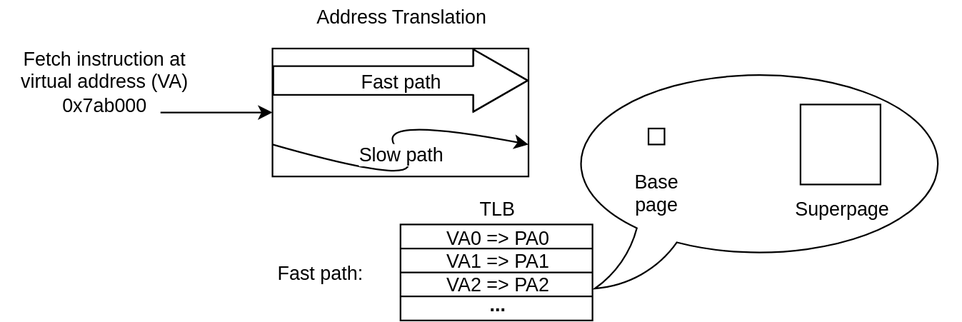
yufeng5468/presentations keeps this draw.io diagram as ispass_2019/addr_trans_fast_slow_1.svg. Above is the earlier version. Source tidied: cells renumbered, new cells last; positions are measured from the earlier drawing's top-left corner, leaving out a move shared by most shapes.
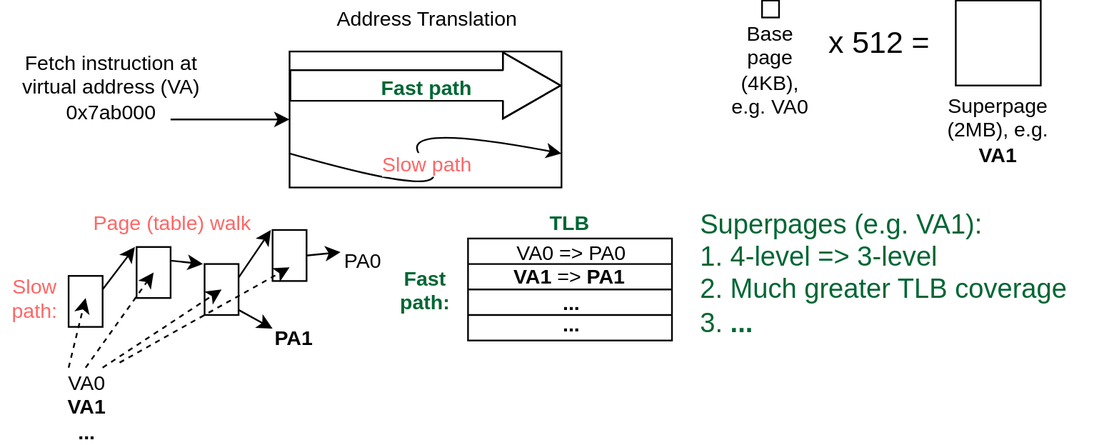
The same diagram one commit later.

Change to the diagram source:
```diff
@@ -12,7 +12,7 @@
         </Array>
       </mxGeometry>
     </mxCell>
-    <mxCell id="4" value="Fast path" style="text;html=1;align=center;verticalAlign=middle;labelBackgroundColor=#ffffff;" parent="3" vertex="1">
+    <mxCell id="4" value="&lt;font color=&quot;#006633&quot;&gt;&lt;b&gt;Fast path&lt;/b&gt;&lt;/font&gt;" style="text;html=1;align=center;verticalAlign=middle;labelBackgroundColor=#ffffff;" parent="3" vertex="1">
       <mxGeometry y="-19" relative="1" as="geometry">
         <mxPoint y="-19" as="offset" />
       </mxGeometry>
@@ -25,7 +25,7 @@
         </Array>
       </mxGeometry>
     </mxCell>
-    <mxCell id="6" value="Slow path" style="text;html=1;align=center;verticalAlign=middle;labelBackgroundColor=#ffffff;" parent="5" vertex="1">
+    <mxCell id="6" value="&lt;font color=&quot;#ff6666&quot;&gt;Slow path&lt;/font&gt;" style="text;html=1;align=center;verticalAlign=middle;labelBackgroundColor=#ffffff;" parent="5" vertex="1">
       <mxGeometry x="-0.45" y="17" relative="1" as="geometry" />
     </mxCell>
     <mxCell id="7" value="Fetch instruction at virtual address (VA) 0x7ab000" style="text;html=1;strokeColor=none;fillColor=none;align=center;verticalAlign=middle;whiteSpace=wrap;rounded=0;" parent="1" vertex="1">
@@ -40,52 +40,113 @@
       <mxGeometry x="195" width="110" height="20" as="geometry" />
     </mxCell>
     <mxCell id="10" style="rounded=0;whiteSpace=wrap;html=1;" parent="1" vertex="1">
-      <mxGeometry x="250" y="140" width="120" height="60" as="geometry" />
+      <mxGeometry x="275" y="140" width="120" height="60" as="geometry" />
     </mxCell>
     <mxCell id="11" style="endArrow=none;html=1;entryX=1;entryY=0.25;entryDx=0;entryDy=0;exitX=0;exitY=0.25;exitDx=0;exitDy=0;" parent="1" edge="1" source="10" target="10">
       <mxGeometry relative="1" as="geometry" />
     </mxCell>
     <mxCell id="12" style="endArrow=none;html=1;entryX=1;entryY=0.25;entryDx=0;entryDy=0;exitX=0;exitY=0.25;exitDx=0;exitDy=0;" parent="1" edge="1">
       <mxGeometry relative="1" as="geometry">
-        <mxPoint x="250" y="170" as="sourcePoint" />
-        <mxPoint x="370" y="170" as="targetPoint" />
+        <mxPoint x="275" y="170" as="sourcePoint" />
+        <mxPoint x="395" y="170" as="targetPoint" />
       </mxGeometry>
     </mxCell>
     <mxCell id="13" style="endArrow=none;html=1;entryX=1;entryY=0.75;entryDx=0;entryDy=0;exitX=0;exitY=0.75;exitDx=0;exitDy=0;" parent="1" edge="1" source="10" target="10">
       <mxGeometry relative="1" as="geometry" />
     </mxCell>
     <mxCell id="14" value="VA0 =&amp;gt; PA0" style="text;html=1;strokeColor=none;fillColor=none;align=center;verticalAlign=middle;whiteSpace=wrap;rounded=0;" parent="1" vertex="1">
-      <mxGeometry x="275" y="138" width="70" height="20" as="geometry" />
+      <mxGeometry x="300" y="138" width="70" height="20" as="geometry" />
     </mxCell>
-    <mxCell id="15" value="VA1 =&amp;gt; PA1" style="text;html=1;strokeColor=none;fillColor=none;align=center;verticalAlign=middle;whiteSpace=wrap;rounded=0;" parent="1" vertex="1">
-      <mxGeometry x="275" y="152" width="70" height="20" as="geometry" />
+    <mxCell id="15" value="&lt;b&gt;VA1&lt;/b&gt; =&amp;gt; &lt;b&gt;PA1&lt;/b&gt;" style="text;html=1;strokeColor=none;fillColor=none;align=center;verticalAlign=middle;whiteSpace=wrap;rounded=0;" parent="1" vertex="1">
+      <mxGeometry x="300" y="152" width="70" height="20" as="geometry" />
     </mxCell>
-    <mxCell id="16" value="VA2 =&amp;gt; PA2" style="text;html=1;strokeColor=none;fillColor=none;align=center;verticalAlign=middle;whiteSpace=wrap;rounded=0;" parent="1" vertex="1">
-      <mxGeometry x="275" y="167" width="70" height="20" as="geometry" />
+    <mxCell id="16" value="&lt;b&gt;...&lt;/b&gt;" style="text;html=1;strokeColor=none;fillColor=none;align=center;verticalAlign=middle;whiteSpace=wrap;rounded=0;" parent="1" vertex="1">
+      <mxGeometry x="300" y="167" width="70" height="20" as="geometry" />
     </mxCell>
     <mxCell id="17" value="&lt;b&gt;...&lt;/b&gt;" style="text;html=1;strokeColor=none;fillColor=none;align=center;verticalAlign=middle;whiteSpace=wrap;rounded=0;" parent="1" vertex="1">
-      <mxGeometry x="290" y="180" width="40" height="20" as="geometry" />
+      <mxGeometry x="315" y="180" width="40" height="20" as="geometry" />
     </mxCell>
-    <mxCell id="18" value="TLB" style="text;html=1;strokeColor=none;fillColor=none;align=center;verticalAlign=middle;whiteSpace=wrap;rounded=0;" parent="1" vertex="1">
-      <mxGeometry x="290" y="120" width="40" height="20" as="geometry" />
+    <mxCell id="18" value="&lt;font color=&quot;#006633&quot;&gt;&lt;b&gt;TLB&lt;/b&gt;&lt;/font&gt;" style="text;html=1;strokeColor=none;fillColor=none;align=center;verticalAlign=middle;whiteSpace=wrap;rounded=0;" parent="1" vertex="1">
+      <mxGeometry x="315" y="120" width="40" height="20" as="geometry" />
     </mxCell>
-    <mxCell id="19" style="whiteSpace=wrap;html=1;shape=mxgraph.basic.oval_callout;fontColor=#666666;" parent="1" vertex="1">
-      <mxGeometry x="351" y="40" width="249" height="140" as="geometry" />
-    </mxCell>
-    <mxCell id="20" value="&lt;font color=&quot;#000000&quot;&gt;Base page&lt;/font&gt;" style="text;html=1;strokeColor=none;fillColor=none;align=center;verticalAlign=middle;whiteSpace=wrap;rounded=0;fontColor=#666666;" parent="1" vertex="1">
-      <mxGeometry x="390" y="110" width="40" height="20" as="geometry" />
+    <mxCell id="20" value="&lt;font color=&quot;#000000&quot;&gt;Base page (4KB), e.g. VA0&lt;/font&gt;" style="text;html=1;strokeColor=none;fillColor=none;align=center;verticalAlign=middle;whiteSpace=wrap;rounded=0;fontColor=#666666;" parent="1" vertex="1">
+      <mxGeometry x="425" y="30" width="56" height="20" as="geometry" />
     </mxCell>
-    <mxCell id="21" value="&lt;font color=&quot;#000000&quot;&gt;Superpage&lt;/font&gt;" style="text;html=1;strokeColor=none;fillColor=none;align=center;verticalAlign=middle;whiteSpace=wrap;rounded=0;fontColor=#666666;" parent="1" vertex="1">
-      <mxGeometry x="490" y="120" width="70" height="20" as="geometry" />
+    <mxCell id="21" value="&lt;font color=&quot;#000000&quot;&gt;Superpage (2MB), e.g. &lt;b&gt;VA1&lt;/b&gt;&lt;/font&gt;" style="text;html=1;strokeColor=none;fillColor=none;align=center;verticalAlign=middle;whiteSpace=wrap;rounded=0;fontColor=#666666;" parent="1" vertex="1">
+      <mxGeometry x="552" y="55" width="70" height="40" as="geometry" />
     </mxCell>
     <mxCell id="22" style="rounded=0;whiteSpace=wrap;html=1;" parent="1" vertex="1">
-      <mxGeometry x="405" y="80" width="10" height="10" as="geometry" />
+      <mxGeometry x="448" width="10" height="10" as="geometry" />
     </mxCell>
     <mxCell id="23" style="rounded=0;whiteSpace=wrap;html=1;" parent="1" vertex="1">
-      <mxGeometry x="500" y="65" width="50" height="50" as="geometry" />
+      <mxGeometry x="562" width="50" height="50" as="geometry" />
     </mxCell>
-    <mxCell id="24" value="Fast path:" style="text;html=1;strokeColor=none;fillColor=none;align=center;verticalAlign=middle;whiteSpace=wrap;rounded=0;" parent="1" vertex="1">
-      <mxGeometry x="170" y="160" width="60" height="20" as="geometry" />
+    <mxCell id="24" value="&lt;b&gt;&lt;font color=&quot;#006633&quot;&gt;Fast path:&lt;/font&gt;&lt;/b&gt;" style="text;html=1;strokeColor=none;fillColor=none;align=center;verticalAlign=middle;whiteSpace=wrap;rounded=0;" parent="1" vertex="1">
+      <mxGeometry x="225" y="160" width="50" height="20" as="geometry" />
     </mxCell>
+    <mxCell id="25" value="&lt;font color=&quot;#ff6666&quot;&gt;Slow path:&lt;/font&gt;" style="text;html=1;strokeColor=none;fillColor=none;align=center;verticalAlign=middle;whiteSpace=wrap;rounded=0;" parent="1" vertex="1">
+      <mxGeometry y="165" width="40" height="20" as="geometry" />
+    </mxCell>
+    <mxCell id="26" value="&lt;font color=&quot;#ff6666&quot;&gt;Page (table) walk&lt;/font&gt;" style="text;html=1;strokeColor=none;fillColor=none;align=center;verticalAlign=middle;whiteSpace=wrap;rounded=0;" parent="1" vertex="1">
+      <mxGeometry x="50" y="120" width="100" height="20" as="geometry" />
+    </mxCell>
+    <mxCell id="27" style="rounded=0;whiteSpace=wrap;html=1;" parent="1" vertex="1">
+      <mxGeometry x="40" y="162" width="20" height="30" as="geometry" />
+    </mxCell>
+    <mxCell id="28" style="rounded=0;whiteSpace=wrap;html=1;" parent="1" vertex="1">
+      <mxGeometry x="80" y="145" width="20" height="30" as="geometry" />
+    </mxCell>
+    <mxCell id="29" style="rounded=0;whiteSpace=wrap;html=1;" parent="1" vertex="1">
+      <mxGeometry x="120" y="155" width="20" height="30" as="geometry" />
+    </mxCell>
+    <mxCell id="30" style="rounded=0;whiteSpace=wrap;html=1;" parent="1" vertex="1">
+      <mxGeometry x="160" y="135" width="20" height="30" as="geometry" />
+    </mxCell>
+    <mxCell id="31" value="VA0&lt;br&gt;&lt;b&gt;VA1&lt;/b&gt;&lt;br&gt;&lt;b&gt;...&lt;/b&gt;&lt;br&gt;" style="text;html=1;strokeColor=none;fillColor=none;align=center;verticalAlign=middle;whiteSpace=wrap;rounded=0;" parent="1" vertex="1">
+      <mxGeometry x="30" y="215.5" width="40" height="45" as="geometry" />
+    </mxCell>
+    <mxCell id="32" style="endArrow=classic;html=1;exitX=1;exitY=0.25;exitDx=0;exitDy=0;entryX=-0.05;entryY=0;entryDx=0;entryDy=0;entryPerimeter=0;" parent="1" edge="1" source="27" target="28">
+      <mxGeometry relative="1" as="geometry" />
+    </mxCell>
+    <mxCell id="33" style="endArrow=classic;html=1;exitX=1;exitY=0.25;exitDx=0;exitDy=0;entryX=-0.05;entryY=0;entryDx=0;entryDy=0;entryPerimeter=0;" parent="1" edge="1" source="28" target="29">
+      <mxGeometry relative="1" as="geometry" />
+    </mxCell>
+    <mxCell id="34" style="endArrow=classic;html=1;exitX=1;exitY=0.25;exitDx=0;exitDy=0;entryX=-0.05;entryY=0;entryDx=0;entryDy=0;entryPerimeter=0;" parent="1" edge="1" source="29" target="30">
+      <mxGeometry relative="1" as="geometry" />
+    </mxCell>
+    <mxCell id="35" style="endArrow=classic;html=1;exitX=0.25;exitY=0;exitDx=0;exitDy=0;entryX=0.5;entryY=0.433;entryDx=0;entryDy=0;entryPerimeter=0;dashed=1;" parent="1" edge="1" source="31" target="27">
+      <mxGeometry relative="1" as="geometry" />
+    </mxCell>
+    <mxCell id="36" style="endArrow=classic;html=1;exitX=0.5;exitY=0;exitDx=0;exitDy=0;entryX=0.5;entryY=0.5;entryDx=0;entryDy=0;entryPerimeter=0;dashed=1;" parent="1" edge="1" source="31" target="28">
+      <mxGeometry relative="1" as="geometry" />
+    </mxCell>
+    <mxCell id="37" style="endArrow=classic;html=1;exitX=0.75;exitY=0;exitDx=0;exitDy=0;dashed=1;" parent="1" edge="1" source="31">
+      <mxGeometry relative="1" as="geometry">
+        <mxPoint x="130" y="170" as="targetPoint" />
+      </mxGeometry>
+    </mxCell>
+    <mxCell id="38" style="endArrow=classic;html=1;exitX=1;exitY=-0.05;exitDx=0;exitDy=0;dashed=1;exitPerimeter=0;" parent="1" edge="1" source="31">
+      <mxGeometry relative="1" as="geometry">
+        <mxPoint x="170" y="157" as="targetPoint" />
+      </mxGeometry>
+    </mxCell>
+    <mxCell id="39" value="PA0" style="text;html=1;strokeColor=none;fillColor=none;align=center;verticalAlign=middle;whiteSpace=wrap;rounded=0;" parent="1" vertex="1">
+      <mxGeometry x="200" y="142.5" width="25" height="20" as="geometry" />
+    </mxCell>
+    <mxCell id="40" style="endArrow=classic;html=1;exitX=1;exitY=0.5;exitDx=0;exitDy=0;entryX=0;entryY=0.25;entryDx=0;entryDy=0;" parent="1" edge="1" source="30" target="39">
+      <mxGeometry relative="1" as="geometry" />
+    </mxCell>
+    <mxCell id="41" value="&lt;b&gt;PA1&lt;/b&gt;" style="text;html=1;strokeColor=none;fillColor=none;align=center;verticalAlign=middle;whiteSpace=wrap;rounded=0;" parent="1" vertex="1">
+      <mxGeometry x="160" y="187.5" width="25" height="20" as="geometry" />
+    </mxCell>
+    <mxCell id="42" style="endArrow=classic;html=1;exitX=1.002;exitY=0.896;exitDx=0;exitDy=0;entryX=0;entryY=0.25;entryDx=0;entryDy=0;exitPerimeter=0;" parent="1" edge="1" source="29" target="41">
+      <mxGeometry relative="1" as="geometry" />
+    </mxCell>
+    <mxCell id="43" value="&lt;font style=&quot;font-size: 18px&quot;&gt;x 512 =&lt;/font&gt;" style="text;html=1;strokeColor=none;fillColor=none;align=center;verticalAlign=middle;whiteSpace=wrap;rounded=0;" parent="1" vertex="1">
+      <mxGeometry x="482" y="15" width="70" height="20" as="geometry" />
+    </mxCell>
+    <mxCell id="44" value="&lt;div style=&quot;text-align: left ; font-size: 16px&quot;&gt;&lt;font style=&quot;font-size: 16px&quot; color=&quot;#006633&quot;&gt;Superpages (e.g. VA1):&lt;/font&gt;&lt;/div&gt;&lt;div style=&quot;text-align: left ; font-size: 16px&quot;&gt;&lt;font style=&quot;font-size: 16px&quot; color=&quot;#006633&quot;&gt;1. 4-level =&amp;gt; 3-level&lt;/font&gt;&lt;/div&gt;&lt;div style=&quot;text-align: left ; font-size: 16px&quot;&gt;&lt;font style=&quot;font-size: 16px&quot; color=&quot;#006633&quot;&gt;2. Much greater TLB coverage&lt;/font&gt;&lt;/div&gt;&lt;div style=&quot;text-align: left ; font-size: 16px&quot;&gt;&lt;font style=&quot;font-size: 16px&quot; color=&quot;#006633&quot;&gt;3. &lt;b&gt;...&lt;/b&gt;&lt;/font&gt;&lt;/div&gt;" style="text;html=1;strokeColor=none;fillColor=none;align=left;verticalAlign=middle;whiteSpace=wrap;rounded=0;" parent="1" vertex="1">
+      <mxGeometry x="410" y="119.5" width="235" height="80" as="geometry" />
+    </mxCell>
   </root>
 </mxGraphModel>
```
